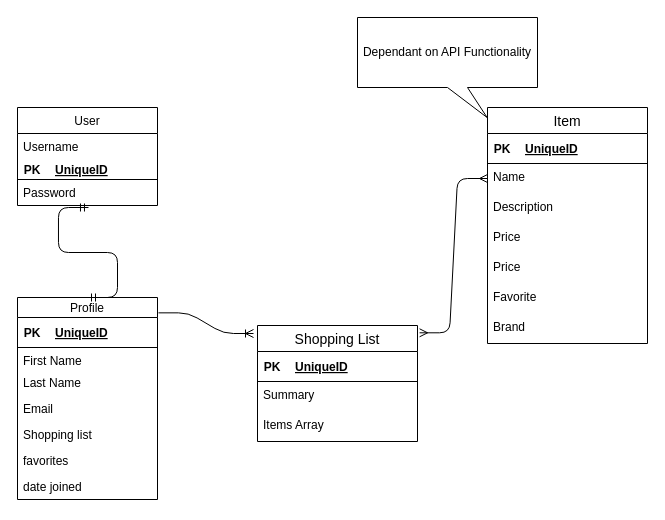
Earlier version of the draw.io diagram planning/shopanon.drawio (dev-slater/shopanon). Source tidied: cells renumbered, new cells numbered last; positions are measured from the earlier drawing's top-left corner, leaving out a move shared by most shapes. Both pictures are drawn from the tidied source at 100%, with x=0, y=0 at pixel (17, 17).
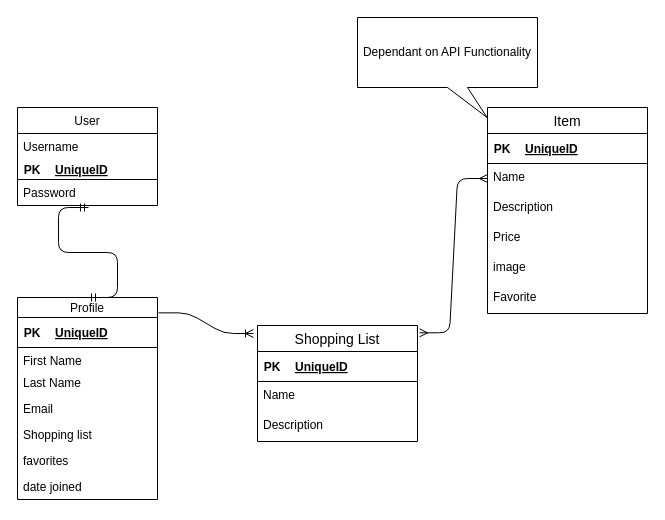
The same diagram, later.

Unchanged cells that the change refers to:
```xml
<mxCell id="21" value="Shopping List" style="swimlane;fontStyle=0;horizontal=1;startSize=26;align=center;fontSize=14;" parent="1" vertex="1">
  <mxGeometry x="240" y="308" width="160" height="116" as="geometry" />
</mxCell>
```

The edit, as a diff of the source:
```diff
@@
-    <mxCell id="26" value="Summary" style="text;strokeColor=none;fillColor=none;spacingLeft=4;spacingRight=4;overflow=hidden;fontSize=12;" parent="21" vertex="1">
+    <mxCell id="26" value="Name" style="text;strokeColor=none;fillColor=none;spacingLeft=4;spacingRight=4;overflow=hidden;fontSize=12;" parent="21" vertex="1">
       <mxGeometry y="56" width="160" height="30" as="geometry" />
     </mxCell>
-    <mxCell id="27" value="Items Array" style="text;strokeColor=none;fillColor=none;spacingLeft=4;spacingRight=4;overflow=hidden;fontSize=12;" parent="21" vertex="1">
+    <mxCell id="27" value="Description" style="text;strokeColor=none;fillColor=none;spacingLeft=4;spacingRight=4;overflow=hidden;fontSize=12;" parent="21" vertex="1">
       <mxGeometry y="86" width="160" height="30" as="geometry" />
     </mxCell>
@@
     <mxCell id="29" value="Item" style="swimlane;fontStyle=0;horizontal=1;startSize=26;align=center;fontSize=14;" parent="1" vertex="1">
-      <mxGeometry x="470" y="90" width="160" height="236" as="geometry" />
+      <mxGeometry x="470" y="90" width="160" height="206" as="geometry" />
     </mxCell>
@@
-    <mxCell id="37" value="Price" style="text;strokeColor=none;fillColor=none;spacingLeft=4;spacingRight=4;overflow=hidden;fontSize=12;" parent="29" vertex="1">
-      <mxGeometry y="146" width="160" height="30" as="geometry" />
-    </mxCell>
+    <mxCell id="42" value="image" style="text;strokeColor=none;fillColor=none;spacingLeft=4;spacingRight=4;overflow=hidden;fontSize=12;" parent="29" vertex="1">
+      <mxGeometry y="146" width="160" height="30" as="geometry" />
+    </mxCell>
@@
-    <mxCell id="39" value="Brand" style="text;strokeColor=none;fillColor=none;spacingLeft=4;spacingRight=4;overflow=hidden;fontSize=12;" parent="29" vertex="1">
-      <mxGeometry y="206" width="160" height="30" as="geometry" />
-    </mxCell>
```
